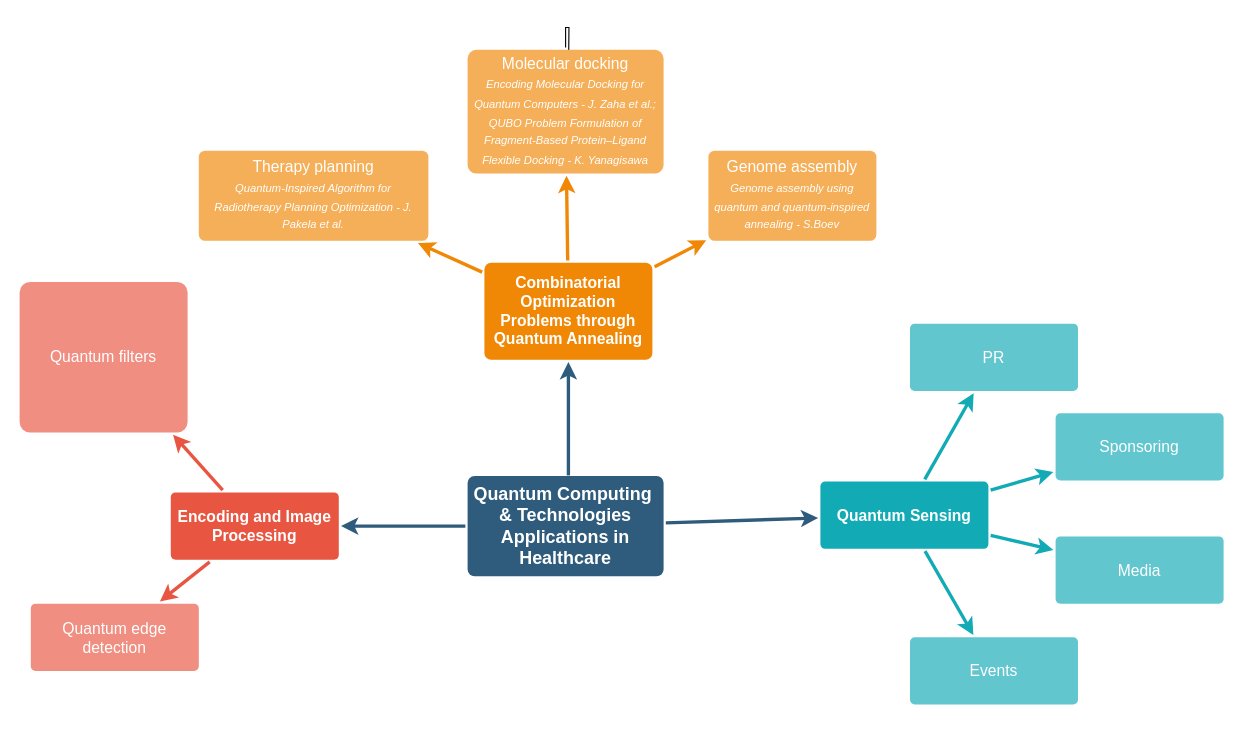
checc1/qubo_4feature_sel keeps this draw.io diagram as Diagramma senza titolo.drawio. Above is the earlier version. Source tidied: cells renumbered, new cells numbered last; positions are measured from the earlier drawing's top-left corner, leaving out a move shared by most shapes. Both pictures are drawn from the tidied source at 112%, with x=0, y=0 at pixel (19, 49).
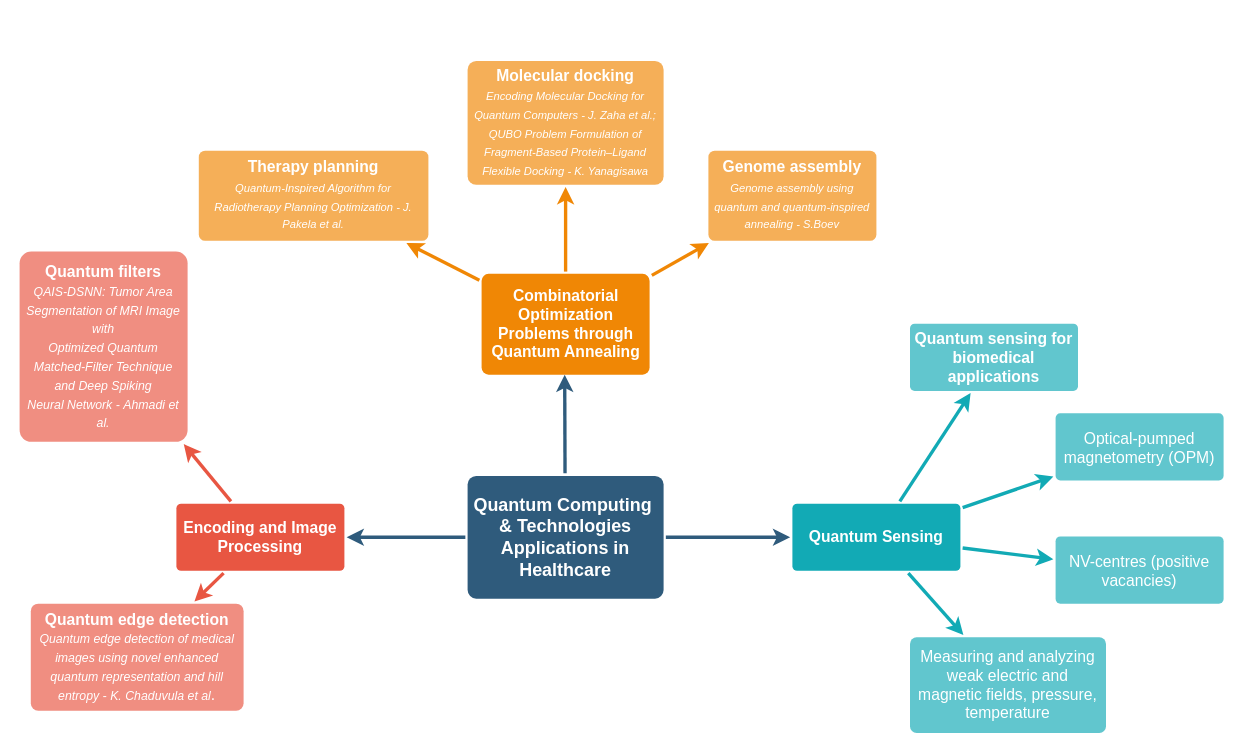
The same diagram, later.

Change to the diagram source:
```diff
@@
-    <mxCell id="2" style="edgeStyle=none;rounded=0;jumpStyle=none;html=1;shadow=0;labelBackgroundColor=none;startArrow=none;startFill=0;endArrow=classic;endFill=1;jettySize=auto;strokeColor=#2F5B7C;strokeWidth=3;fontFamily=Helvetica;fontSize=16;fontColor=#23445D;spacing=5;" parent="1" edge="1" target="11">
+    <mxCell id="2" style="edgeStyle=none;rounded=0;jumpStyle=none;html=1;shadow=0;labelBackgroundColor=none;startArrow=none;startFill=0;endArrow=classic;endFill=1;jettySize=auto;orthogonalLoop=1;strokeColor=#2F5B7C;strokeWidth=3;fontFamily=Helvetica;fontSize=16;fontColor=#23445D;spacing=5;" parent="1" edge="1">
       <mxGeometry relative="1" as="geometry">
-        <mxPoint x="490" y="380" as="sourcePoint" />
+        <mxPoint x="487" y="378" as="sourcePoint" />
+        <mxPoint x="486.7" y="290" as="targetPoint" />
       </mxGeometry>
     </mxCell>
@@
     <mxCell id="5" value="Quantum Computing&amp;nbsp; &amp;amp; Technologies Applications in Healthcare" style="rounded=1;whiteSpace=wrap;html=1;shadow=0;labelBackgroundColor=none;strokeColor=none;strokeWidth=3;fillColor=#2F5B7C;fontFamily=Helvetica;fontSize=16;fontColor=#FFFFFF;align=center;fontStyle=1;spacing=5;arcSize=7;perimeterSpacing=2;" parent="1" vertex="1">
-      <mxGeometry x="400" y="380.5" width="175" height="89.5" as="geometry" />
+      <mxGeometry x="400" y="380.5" width="175" height="109.5" as="geometry" />
     </mxCell>
@@
     <mxCell id="8" value="Encoding and Image Processing" style="rounded=1;whiteSpace=wrap;html=1;shadow=0;labelBackgroundColor=none;strokeColor=none;strokeWidth=3;fillColor=#e85642;fontFamily=Helvetica;fontSize=14;fontColor=#FFFFFF;align=center;spacing=5;fontStyle=1;arcSize=7;perimeterSpacing=2;" parent="1" vertex="1">
-      <mxGeometry x="135" y="395.2" width="150" height="60" as="geometry" />
+      <mxGeometry x="140" y="405.2" width="150" height="60" as="geometry" />
     </mxCell>
-    <mxCell id="9" value="Quantum edge detection" style="rounded=1;whiteSpace=wrap;html=1;shadow=0;labelBackgroundColor=none;strokeColor=none;strokeWidth=3;fillColor=#f08e81;fontFamily=Helvetica;fontSize=14;fontColor=#FFFFFF;align=center;spacing=5;fontStyle=0;arcSize=7;perimeterSpacing=2;" parent="1" vertex="1">
-      <mxGeometry x="10" y="494.5" width="150" height="60" as="geometry" />
+    <mxCell id="9" value="&lt;b&gt;Quantum edge detection&lt;/b&gt;&lt;div&gt;&lt;font style=&quot;font-size: 11px;&quot;&gt;&lt;i&gt;Quantum edge detection of medical images using novel enhanced quantum representation and hill entropy - K. Chaduvula et al&lt;/i&gt;&lt;/font&gt;.&lt;/div&gt;" style="rounded=1;whiteSpace=wrap;html=1;shadow=0;labelBackgroundColor=none;strokeColor=none;strokeWidth=3;fillColor=#f08e81;fontFamily=Helvetica;fontSize=14;fontColor=#FFFFFF;align=center;spacing=5;fontStyle=0;arcSize=7;perimeterSpacing=2;" parent="1" vertex="1">
+      <mxGeometry x="10" y="494.5" width="190" height="95.5" as="geometry" />
     </mxCell>
-    <mxCell id="10" value="&lt;div&gt;Quantum filters&lt;/div&gt;" style="rounded=1;whiteSpace=wrap;html=1;shadow=0;labelBackgroundColor=none;strokeColor=none;strokeWidth=3;fillColor=#f08e81;fontFamily=Helvetica;fontSize=14;fontColor=#FFFFFF;align=center;spacing=5;fontStyle=0;arcSize=7;perimeterSpacing=2;" parent="1" vertex="1">
-      <mxGeometry y="207.2" width="150" height="134.5" as="geometry" />
+    <mxCell id="10" value="&lt;div&gt;&lt;b&gt;Quantum filters&lt;/b&gt;&lt;/div&gt;&lt;div&gt;&lt;font style=&quot;font-size: 11px;&quot;&gt;&lt;i&gt;QAIS-DSNN: Tumor Area Segmentation of MRI Image with&lt;br&gt;Optimized Quantum Matched-Filter Technique and Deep Spiking&lt;br&gt;Neural Network -&amp;nbsp;&lt;/i&gt;&lt;/font&gt;&lt;i style=&quot;background-color: transparent; color: light-dark(rgb(255, 255, 255), rgb(18, 18, 18)); font-size: 11px;&quot;&gt;Ahmadi et al.&lt;/i&gt;&lt;/div&gt;" style="rounded=1;whiteSpace=wrap;html=1;shadow=0;labelBackgroundColor=none;strokeColor=none;strokeWidth=3;fillColor=#f08e81;fontFamily=Helvetica;fontSize=14;fontColor=#FFFFFF;align=center;spacing=5;fontStyle=0;arcSize=7;perimeterSpacing=2;" parent="1" vertex="1">
+      <mxGeometry y="180" width="150" height="170" as="geometry" />
     </mxCell>
     <mxCell id="11" value="Combinatorial Optimization Problems through Quantum Annealing" style="rounded=1;whiteSpace=wrap;html=1;shadow=0;labelBackgroundColor=none;strokeColor=none;strokeWidth=3;fillColor=#F08705;fontFamily=Helvetica;fontSize=14;fontColor=#FFFFFF;align=center;spacing=5;fontStyle=1;arcSize=7;perimeterSpacing=2;" parent="1" vertex="1">
-      <mxGeometry x="415" y="190" width="150" height="86.8" as="geometry" />
+      <mxGeometry x="412.5" y="200" width="150" height="90" as="geometry" />
     </mxCell>
-    <mxCell id="12" value="Genome assembly&lt;br&gt;&lt;div&gt;&lt;font style=&quot;font-size: 10px;&quot;&gt;&lt;i&gt;Genome assembly using quantum and quantum-inspired annealing - S.Boev&lt;/i&gt;&lt;/font&gt;&lt;/div&gt;" style="rounded=1;whiteSpace=wrap;html=1;shadow=0;labelBackgroundColor=none;strokeColor=none;strokeWidth=3;fillColor=#f5af58;fontFamily=Helvetica;fontSize=14;fontColor=#FFFFFF;align=center;spacing=5;arcSize=7;perimeterSpacing=2;" parent="1" vertex="1">
+    <mxCell id="12" value="&lt;b&gt;Genome assembly&lt;br&gt;&lt;/b&gt;&lt;div&gt;&lt;font style=&quot;font-size: 10px;&quot;&gt;&lt;i&gt;Genome assembly using quantum and quantum-inspired annealing - S.Boev&lt;/i&gt;&lt;/font&gt;&lt;/div&gt;" style="rounded=1;whiteSpace=wrap;html=1;shadow=0;labelBackgroundColor=none;strokeColor=none;strokeWidth=3;fillColor=#f5af58;fontFamily=Helvetica;fontSize=14;fontColor=#FFFFFF;align=center;spacing=5;arcSize=7;perimeterSpacing=2;" parent="1" vertex="1">
       <mxGeometry x="615" y="90" width="150" height="80.5" as="geometry" />
     </mxCell>
@@
-    <mxCell id="14" style="edgeStyle=orthogonalEdgeStyle;rounded=0;jettySize=auto;html=1;" parent="1" edge="1" source="15">
-      <mxGeometry relative="1" as="geometry">
-        <mxPoint x="490" y="30" as="targetPoint" />
-      </mxGeometry>
-    </mxCell>
-    <mxCell id="15" value="Molecular docking&lt;div&gt;&lt;font style=&quot;font-size: 10px;&quot;&gt;&lt;i&gt;Encoding Molecular Docking for Quantum Computers - J. Zaha et al.;&lt;/i&gt;&lt;/font&gt;&lt;/div&gt;&lt;div&gt;&lt;font style=&quot;font-size: 10px;&quot;&gt;&lt;i&gt;QUBO Problem Formulation of Fragment-Based Protein–Ligand&lt;br&gt;Flexible Docking - K. Yanagisawa&lt;/i&gt;&lt;/font&gt;&lt;/div&gt;" style="rounded=1;whiteSpace=wrap;html=1;shadow=0;labelBackgroundColor=none;strokeColor=none;strokeWidth=3;fillColor=#f5af58;fontFamily=Helvetica;fontSize=14;fontColor=#FFFFFF;align=center;spacing=5;arcSize=7;perimeterSpacing=2;" parent="1" vertex="1">
-      <mxGeometry x="400" width="175" height="110.5" as="geometry" />
+    <mxCell id="15" value="&lt;b&gt;Molecular docking&lt;/b&gt;&lt;div&gt;&lt;font style=&quot;font-size: 10px;&quot;&gt;&lt;i&gt;Encoding Molecular Docking for Quantum Computers - J. Zaha et al.;&lt;/i&gt;&lt;/font&gt;&lt;/div&gt;&lt;div&gt;&lt;font style=&quot;font-size: 10px;&quot;&gt;&lt;i&gt;QUBO Problem Formulation of Fragment-Based Protein–Ligand&lt;br&gt;Flexible Docking - K. Yanagisawa&lt;/i&gt;&lt;/font&gt;&lt;/div&gt;" style="rounded=1;whiteSpace=wrap;html=1;shadow=0;labelBackgroundColor=none;strokeColor=none;strokeWidth=3;fillColor=#f5af58;fontFamily=Helvetica;fontSize=14;fontColor=#FFFFFF;align=center;spacing=5;arcSize=7;perimeterSpacing=2;" parent="1" vertex="1">
+      <mxGeometry x="400" y="10" width="175" height="110.5" as="geometry" />
     </mxCell>
@@
-    <mxCell id="17" value="Therapy planning&lt;div&gt;&lt;i&gt;&lt;font style=&quot;font-size: 10px;&quot;&gt;Quantum-Inspired Algorithm for Radiotherapy Planning Optimization - J. Pakela et al.&lt;/font&gt;&lt;/i&gt;&lt;/div&gt;" style="rounded=1;whiteSpace=wrap;html=1;shadow=0;labelBackgroundColor=none;strokeColor=none;strokeWidth=3;fillColor=#f5af58;fontFamily=Helvetica;fontSize=14;fontColor=#FFFFFF;align=center;spacing=5;arcSize=7;perimeterSpacing=2;" parent="1" vertex="1">
+    <mxCell id="17" value="&lt;b&gt;Therapy planning&lt;/b&gt;&lt;div&gt;&lt;i&gt;&lt;font style=&quot;font-size: 10px;&quot;&gt;Quantum-Inspired Algorithm for Radiotherapy Planning Optimization - J. Pakela et al.&lt;/font&gt;&lt;/i&gt;&lt;/div&gt;" style="rounded=1;whiteSpace=wrap;html=1;shadow=0;labelBackgroundColor=none;strokeColor=none;strokeWidth=3;fillColor=#f5af58;fontFamily=Helvetica;fontSize=14;fontColor=#FFFFFF;align=center;spacing=5;arcSize=7;perimeterSpacing=2;" parent="1" vertex="1">
       <mxGeometry x="160" y="90" width="205" height="80.5" as="geometry" />
     </mxCell>
@@
     <mxCell id="19" value="Quantum Sensing" style="rounded=1;whiteSpace=wrap;html=1;shadow=0;labelBackgroundColor=none;strokeColor=none;strokeWidth=3;fillColor=#12aab5;fontFamily=Helvetica;fontSize=14;fontColor=#FFFFFF;align=center;spacing=5;fontStyle=1;arcSize=7;perimeterSpacing=2;" parent="1" vertex="1">
-      <mxGeometry x="715" y="385.5" width="150" height="60" as="geometry" />
+      <mxGeometry x="690" y="405.2" width="150" height="60" as="geometry" />
     </mxCell>
-    <mxCell id="20" value="Events" style="rounded=1;whiteSpace=wrap;html=1;shadow=0;labelBackgroundColor=none;strokeColor=none;strokeWidth=3;fillColor=#61c6ce;fontFamily=Helvetica;fontSize=14;fontColor=#FFFFFF;align=center;spacing=5;fontStyle=0;arcSize=7;perimeterSpacing=2;" parent="1" vertex="1">
-      <mxGeometry x="795" y="524.5" width="150" height="60" as="geometry" />
+    <mxCell id="20" value="Measuring and analyzing weak electric and magnetic fields, pressure, temperature" style="rounded=1;whiteSpace=wrap;html=1;shadow=0;labelBackgroundColor=none;strokeColor=none;strokeWidth=3;fillColor=#61c6ce;fontFamily=Helvetica;fontSize=14;fontColor=#FFFFFF;align=center;spacing=5;fontStyle=0;arcSize=7;perimeterSpacing=2;" parent="1" vertex="1">
+      <mxGeometry x="795" y="524.5" width="175" height="85.5" as="geometry" />
     </mxCell>
@@
-    <mxCell id="22" value="Media" style="rounded=1;whiteSpace=wrap;html=1;shadow=0;labelBackgroundColor=none;strokeColor=none;strokeWidth=3;fillColor=#61c6ce;fontFamily=Helvetica;fontSize=14;fontColor=#FFFFFF;align=center;spacing=5;fontStyle=0;arcSize=7;perimeterSpacing=2;" parent="1" vertex="1">
+    <mxCell id="22" value="NV-centres (positive vacancies)" style="rounded=1;whiteSpace=wrap;html=1;shadow=0;labelBackgroundColor=none;strokeColor=none;strokeWidth=3;fillColor=#61c6ce;fontFamily=Helvetica;fontSize=14;fontColor=#FFFFFF;align=center;spacing=5;fontStyle=0;arcSize=7;perimeterSpacing=2;" parent="1" vertex="1">
       <mxGeometry x="925" y="434.5" width="150" height="60" as="geometry" />
     </mxCell>
@@
-    <mxCell id="24" value="Sponsoring" style="rounded=1;whiteSpace=wrap;html=1;shadow=0;labelBackgroundColor=none;strokeColor=none;strokeWidth=3;fillColor=#61c6ce;fontFamily=Helvetica;fontSize=14;fontColor=#FFFFFF;align=center;spacing=5;fontStyle=0;arcSize=7;perimeterSpacing=2;" parent="1" vertex="1">
+    <mxCell id="24" value="Optical-pumped magnetometry (OPM)" style="rounded=1;whiteSpace=wrap;html=1;shadow=0;labelBackgroundColor=none;strokeColor=none;strokeWidth=3;fillColor=#61c6ce;fontFamily=Helvetica;fontSize=14;fontColor=#FFFFFF;align=center;spacing=5;fontStyle=0;arcSize=7;perimeterSpacing=2;" parent="1" vertex="1">
       <mxGeometry x="925" y="324.5" width="150" height="60" as="geometry" />
     </mxCell>
@@
-    <mxCell id="26" value="PR" style="rounded=1;whiteSpace=wrap;html=1;shadow=0;labelBackgroundColor=none;strokeColor=none;strokeWidth=3;fillColor=#61c6ce;fontFamily=Helvetica;fontSize=14;fontColor=#FFFFFF;align=center;spacing=5;fontStyle=0;arcSize=7;perimeterSpacing=2;" parent="1" vertex="1">
+    <mxCell id="26" value="&lt;b&gt;Quantum sensing for biomedical applications&lt;/b&gt;" style="rounded=1;whiteSpace=wrap;html=1;shadow=0;labelBackgroundColor=none;strokeColor=none;strokeWidth=3;fillColor=#61c6ce;fontFamily=Helvetica;fontSize=14;fontColor=#FFFFFF;align=center;spacing=5;fontStyle=0;arcSize=7;perimeterSpacing=2;" parent="1" vertex="1">
       <mxGeometry x="795" y="244.5" width="150" height="60" as="geometry" />
     </mxCell>
```
